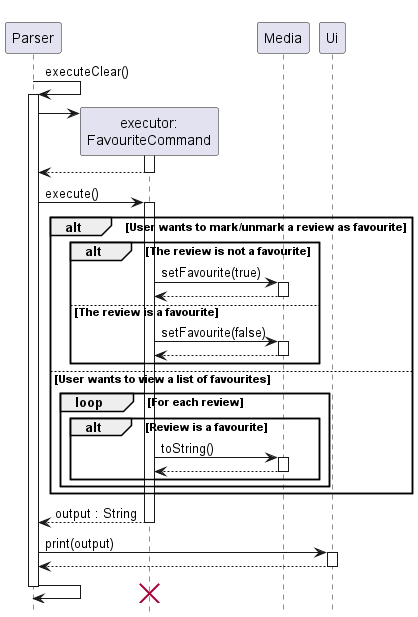
This is docs/imgs/favouriteSequence.png from nus-cs2113-AY2223S1/tp, a PlantUML export, as it was before one commit. Its source is kept beside it as docs/UML Diagrams/favouriteSequence.puml.
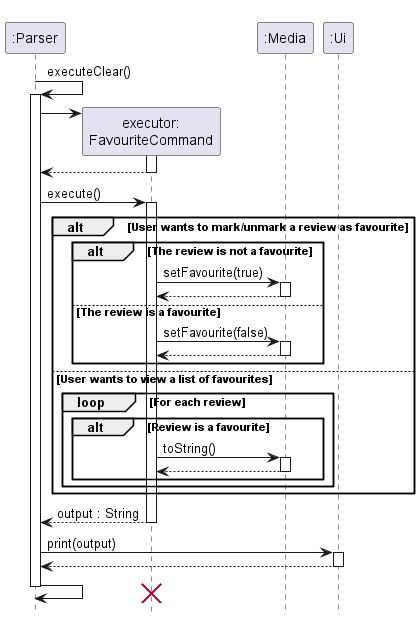
Later version of the same file.

Diff of the diagram source:
```diff
@@ -3,38 +3,38 @@
 
 hide footbox
 
-participant Parser
+participant ":Parser"
 
-Parser -> Parser : executeClear()
-activate Parser
+":Parser" -> ":Parser" : executeClear()
+activate ":Parser"
 
 create "executor:\nFavouriteCommand"
-Parser -> "executor:\nFavouriteCommand"
+":Parser" -> "executor:\nFavouriteCommand"
 
 activate "executor:\nFavouriteCommand"
-"executor:\nFavouriteCommand" --> Parser
+"executor:\nFavouriteCommand" --> ":Parser"
 deactivate "executor:\nFavouriteCommand"
 
-Parser -> "executor:\nFavouriteCommand" : execute()
+":Parser" -> "executor:\nFavouriteCommand" : execute()
 activate "executor:\nFavouriteCommand"
 
 alt User wants to mark/unmark a review as favourite
 
-    participant Media
+    participant ":Media"
 
     alt The review is not a favourite
 
-        "executor:\nFavouriteCommand" -> Media: setFavourite(true)
-        activate Media
-        Media --> "executor:\nFavouriteCommand"
-        deactivate Media
+        "executor:\nFavouriteCommand" -> ":Media": setFavourite(true)
+        activate ":Media"
+        ":Media" --> "executor:\nFavouriteCommand"
+        deactivate ":Media"
 
     else The review is a favourite
 
-        "executor:\nFavouriteCommand" -> Media: setFavourite(false)
-        activate Media
-        Media --> "executor:\nFavouriteCommand"
-        deactivate Media
+        "executor:\nFavouriteCommand" -> ":Media": setFavourite(false)
+        activate ":Media"
+        ":Media" --> "executor:\nFavouriteCommand"
+        deactivate ":Media"
 
     end
 
@@ -42,28 +42,28 @@
 
     loop For each review
         alt Review is a favourite
-            "executor:\nFavouriteCommand" -> Media: toString()
-            activate Media
-            Media --> "executor:\nFavouriteCommand"
-            deactivate Media
+            "executor:\nFavouriteCommand" -> ":Media": toString()
+            activate ":Media"
+            ":Media" --> "executor:\nFavouriteCommand"
+            deactivate ":Media"
         end
     end
 
 end
 
-"executor:\nFavouriteCommand" --> Parser: output : String
+"executor:\nFavouriteCommand" --> ":Parser": output : String
 deactivate "executor:\nFavouriteCommand"
 
-participant Ui
+participant ":Ui"
 
-Parser -> Ui : print(output)
-activate Ui
-Ui --> Parser
-deactivate Ui
+":Parser" -> ":Ui" : print(output)
+activate ":Ui"
+":Ui" --> ":Parser"
+deactivate ":Ui"
 
-Parser -> Parser
+":Parser" -> ":Parser"
 destroy "executor:\nFavouriteCommand"
-deactivate Parser
+deactivate ":Parser"
 
 
 @enduml
```
